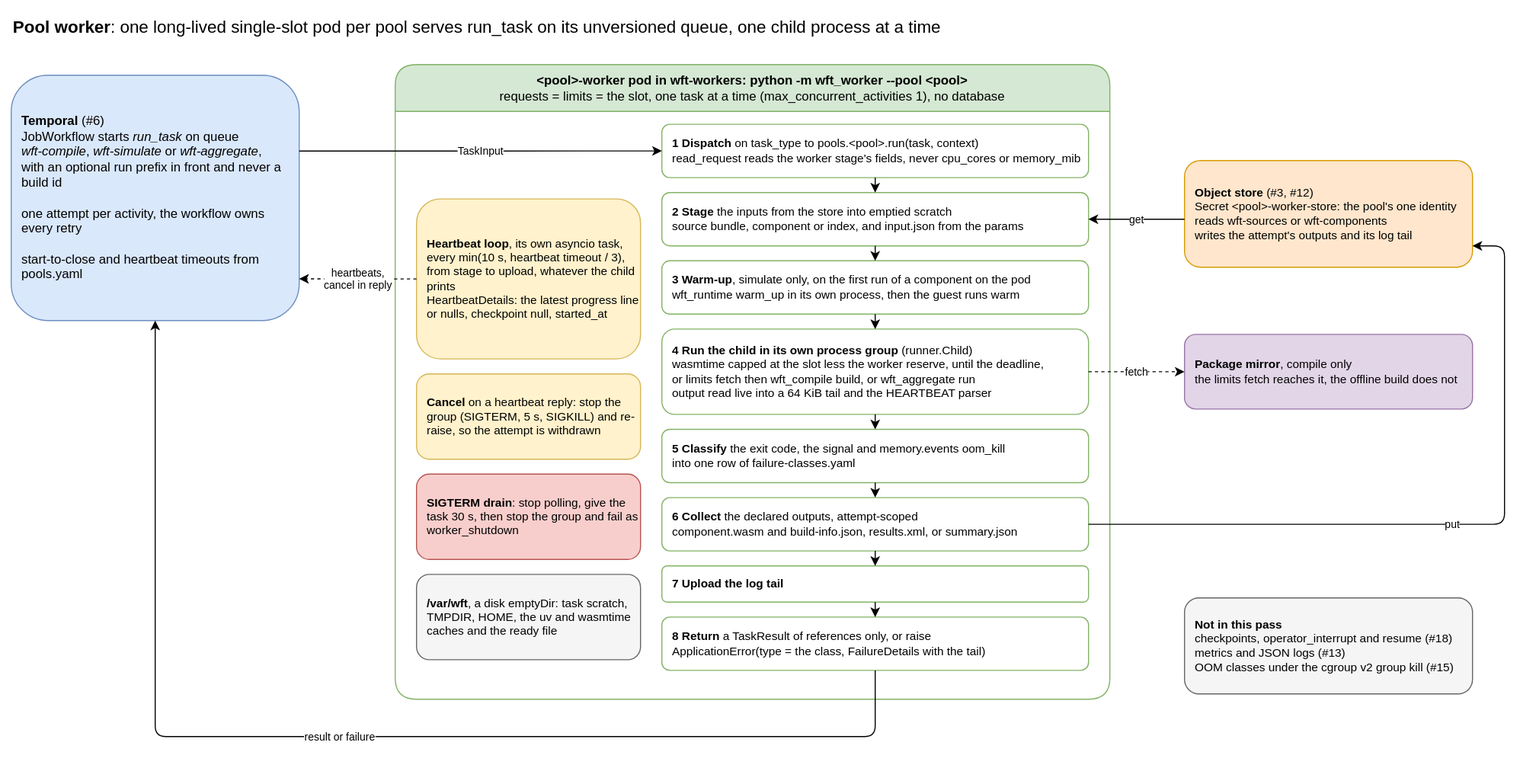
This is docs/architecture/18-pool-worker.drawio.svg from AndoNorth/disyard, a draw.io export, as it was before one commit. Source tidied: cells renumbered, new cells last; positions are measured from the earlier drawing's top-left corner, leaving out a move shared by most shapes.
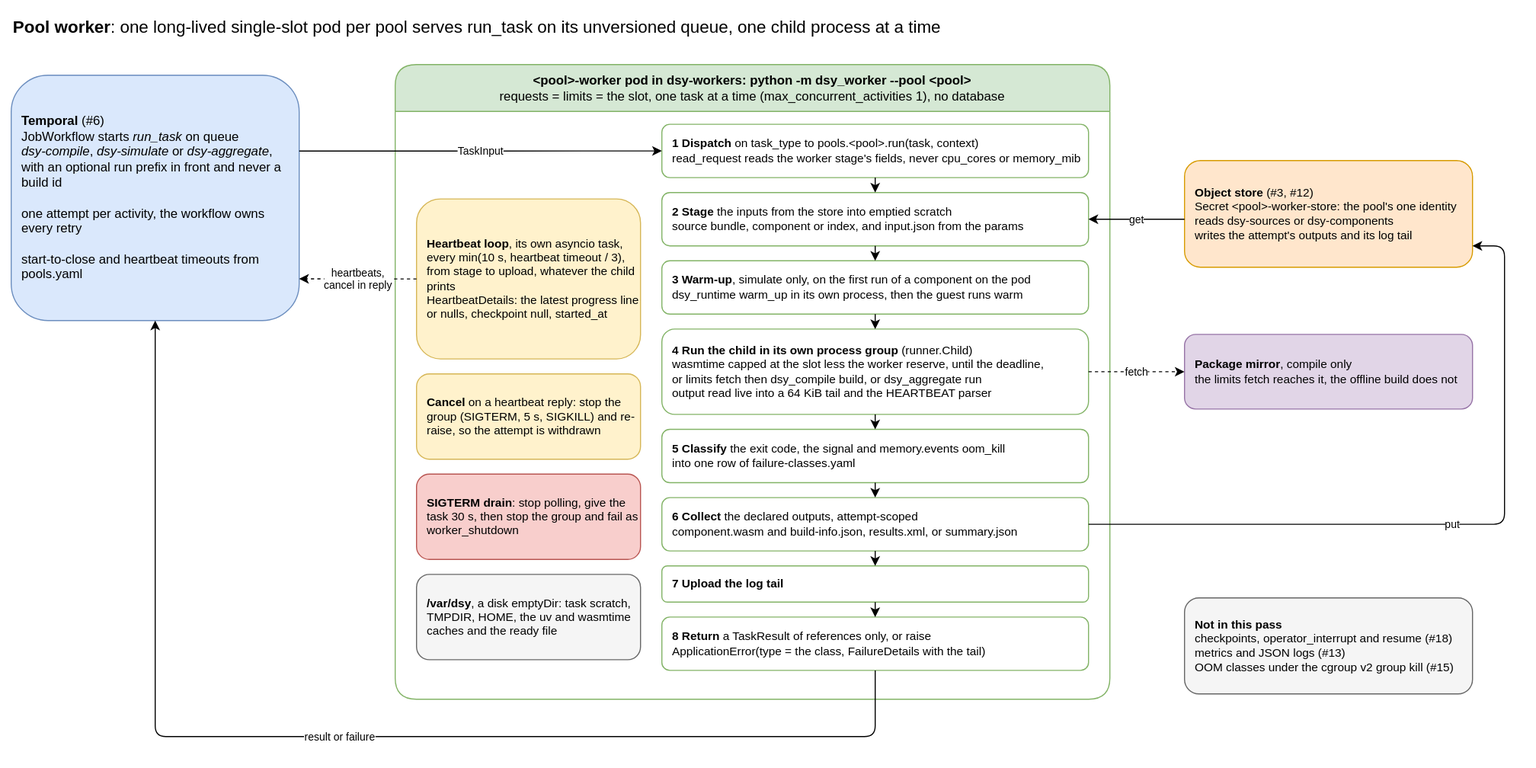
The same diagram one commit later.

Diff of the diagram source:
```diff
@@ -5,10 +5,10 @@
     <mxCell id="2" value="&lt;b&gt;Pool worker&lt;/b&gt;: one long-lived single-slot pod per pool serves run_task on its unversioned queue, one child process at a time" style="text;html=1;align=left;verticalAlign=middle;fontSize=16;" parent="1" vertex="1">
       <mxGeometry width="1200" height="30" as="geometry" />
     </mxCell>
-    <mxCell id="3" value="&lt;b&gt;Temporal&lt;/b&gt; (#6)&lt;br&gt;JobWorkflow starts &lt;i&gt;run_task&lt;/i&gt; on queue&lt;br&gt;&lt;i&gt;wft-compile&lt;/i&gt;, &lt;i&gt;wft-simulate&lt;/i&gt; or &lt;i&gt;wft-aggregate&lt;/i&gt;,&lt;br&gt;with an optional run prefix in front and never a build id&lt;br&gt;&lt;br&gt;one attempt per activity, the workflow owns every retry&lt;br&gt;&lt;br&gt;start-to-close and heartbeat timeouts from pools.yaml" style="rounded=1;whiteSpace=wrap;html=1;fillColor=#dae8fc;strokeColor=#6c8ebf;align=left;spacingLeft=8;fontSize=12;" parent="1" vertex="1">
+    <mxCell id="3" value="&lt;b&gt;Temporal&lt;/b&gt; (#6)&lt;br&gt;JobWorkflow starts &lt;i&gt;run_task&lt;/i&gt; on queue&lt;br&gt;&lt;i&gt;dsy-compile&lt;/i&gt;, &lt;i&gt;dsy-simulate&lt;/i&gt; or &lt;i&gt;dsy-aggregate&lt;/i&gt;,&lt;br&gt;with an optional run prefix in front and never a build id&lt;br&gt;&lt;br&gt;one attempt per activity, the workflow owns every retry&lt;br&gt;&lt;br&gt;start-to-close and heartbeat timeouts from pools.yaml" style="rounded=1;whiteSpace=wrap;html=1;fillColor=#dae8fc;strokeColor=#6c8ebf;align=left;spacingLeft=8;fontSize=12;" parent="1" vertex="1">
       <mxGeometry y="60" width="270" height="230" as="geometry" />
     </mxCell>
-    <mxCell id="4" value="&amp;lt;pool&amp;gt;-worker pod in wft-workers: python -m wft_worker --pool &amp;lt;pool&amp;gt;&lt;br&gt;&lt;span style=&quot;font-weight: normal&quot;&gt;requests = limits = the slot, one task at a time (max_concurrent_activities 1), no database&lt;/span&gt;" style="swimlane;startSize=44;rounded=1;fillColor=#d5e8d4;strokeColor=#82b366;fontStyle=1;whiteSpace=wrap;html=1;" parent="1" vertex="1">
+    <mxCell id="4" value="&amp;lt;pool&amp;gt;-worker pod in dsy-workers: python -m dsy_worker --pool &amp;lt;pool&amp;gt;&lt;br&gt;&lt;span style=&quot;font-weight: normal&quot;&gt;requests = limits = the slot, one task at a time (max_concurrent_activities 1), no database&lt;/span&gt;" style="swimlane;startSize=44;rounded=1;fillColor=#d5e8d4;strokeColor=#82b366;fontStyle=1;whiteSpace=wrap;html=1;" parent="1" vertex="1">
       <mxGeometry x="360" y="50" width="670" height="595" as="geometry" />
     </mxCell>
     <mxCell id="5" value="&lt;b&gt;1 Dispatch&lt;/b&gt; on task_type to pools.&amp;lt;pool&amp;gt;.run(task, context)&lt;br&gt;read_request reads the worker stage's fields, never cpu_cores or memory_mib" style="rounded=1;whiteSpace=wrap;html=1;fillColor=#ffffff;strokeColor=#82b366;align=left;spacingLeft=8;fontSize=11;" parent="4" vertex="1">
@@ -17,10 +17,10 @@
     <mxCell id="6" value="&lt;b&gt;2 Stage&lt;/b&gt; the inputs from the store into emptied scratch&lt;br&gt;source bundle, component or index, and input.json from the params" style="rounded=1;whiteSpace=wrap;html=1;fillColor=#ffffff;strokeColor=#82b366;align=left;spacingLeft=8;fontSize=11;" parent="4" vertex="1">
       <mxGeometry x="250" y="120" width="400" height="50" as="geometry" />
     </mxCell>
-    <mxCell id="7" value="&lt;b&gt;3 Warm-up&lt;/b&gt;, simulate only, on the first run of a component on the pod&lt;br&gt;wft_runtime warm_up in its own process, then the guest runs warm" style="rounded=1;whiteSpace=wrap;html=1;fillColor=#ffffff;strokeColor=#82b366;align=left;spacingLeft=8;fontSize=11;" parent="4" vertex="1">
+    <mxCell id="7" value="&lt;b&gt;3 Warm-up&lt;/b&gt;, simulate only, on the first run of a component on the pod&lt;br&gt;dsy_runtime warm_up in its own process, then the guest runs warm" style="rounded=1;whiteSpace=wrap;html=1;fillColor=#ffffff;strokeColor=#82b366;align=left;spacingLeft=8;fontSize=11;" parent="4" vertex="1">
       <mxGeometry x="250" y="184" width="400" height="50" as="geometry" />
     </mxCell>
-    <mxCell id="8" value="&lt;b&gt;4 Run the child in its own process group&lt;/b&gt; (runner.Child)&lt;br&gt;wasmtime capped at the slot less the worker reserve, until the deadline,&lt;br&gt;or limits fetch then wft_compile build, or wft_aggregate run&lt;br&gt;output read live into a 64 KiB tail and the HEARTBEAT parser" style="rounded=1;whiteSpace=wrap;html=1;fillColor=#ffffff;strokeColor=#82b366;align=left;spacingLeft=8;fontSize=11;" parent="4" vertex="1">
+    <mxCell id="8" value="&lt;b&gt;4 Run the child in its own process group&lt;/b&gt; (runner.Child)&lt;br&gt;wasmtime capped at the slot less the worker reserve, until the deadline,&lt;br&gt;or limits fetch then dsy_compile build, or dsy_aggregate run&lt;br&gt;output read live into a 64 KiB tail and the HEARTBEAT parser" style="rounded=1;whiteSpace=wrap;html=1;fillColor=#ffffff;strokeColor=#82b366;align=left;spacingLeft=8;fontSize=11;" parent="4" vertex="1">
       <mxGeometry x="250" y="248" width="400" height="80" as="geometry" />
     </mxCell>
     <mxCell id="9" value="&lt;b&gt;5 Classify&lt;/b&gt; the exit code, the signal and memory.events oom_kill&lt;br&gt;into one row of failure-classes.yaml" style="rounded=1;whiteSpace=wrap;html=1;fillColor=#ffffff;strokeColor=#82b366;align=left;spacingLeft=8;fontSize=11;" parent="4" vertex="1">
@@ -44,7 +44,7 @@
     <mxCell id="15" value="&lt;b&gt;SIGTERM drain&lt;/b&gt;: stop polling, give the task 30 s, then stop the group and fail as worker_shutdown" style="rounded=1;whiteSpace=wrap;html=1;fillColor=#f8cecc;strokeColor=#b85450;align=left;spacingLeft=8;fontSize=11;" parent="4" vertex="1">
       <mxGeometry x="20" y="384" width="210" height="80" as="geometry" />
     </mxCell>
-    <mxCell id="16" value="&lt;b&gt;/var/wft&lt;/b&gt;, a disk emptyDir: task scratch, TMPDIR, HOME, the uv and wasmtime caches and the ready file" style="rounded=1;whiteSpace=wrap;html=1;fillColor=#f5f5f5;strokeColor=#666666;align=left;spacingLeft=8;fontSize=11;" parent="4" vertex="1">
+    <mxCell id="16" value="&lt;b&gt;/var/dsy&lt;/b&gt;, a disk emptyDir: task scratch, TMPDIR, HOME, the uv and wasmtime caches and the ready file" style="rounded=1;whiteSpace=wrap;html=1;fillColor=#f5f5f5;strokeColor=#666666;align=left;spacingLeft=8;fontSize=11;" parent="4" vertex="1">
       <mxGeometry x="20" y="478" width="210" height="80" as="geometry" />
     </mxCell>
     <mxCell id="17" style="endArrow=classic;html=1;" parent="4" edge="1" source="5" target="6">
@@ -68,7 +68,7 @@
     <mxCell id="23" style="endArrow=classic;html=1;" parent="4" edge="1" source="11" target="12">
       <mxGeometry relative="1" as="geometry" />
     </mxCell>
-    <mxCell id="24" value="&lt;b&gt;Object store&lt;/b&gt; (#3, #12)&lt;br&gt;Secret &amp;lt;pool&amp;gt;-worker-store: the pool's one identity&lt;br&gt;reads wft-sources or wft-components&lt;br&gt;writes the attempt's outputs and its log tail" style="rounded=1;whiteSpace=wrap;html=1;fillColor=#ffe6cc;strokeColor=#d79b00;align=left;spacingLeft=8;fontSize=11;" parent="1" vertex="1">
+    <mxCell id="24" value="&lt;b&gt;Object store&lt;/b&gt; (#3, #12)&lt;br&gt;Secret &amp;lt;pool&amp;gt;-worker-store: the pool's one identity&lt;br&gt;reads dsy-sources or dsy-components&lt;br&gt;writes the attempt's outputs and its log tail" style="rounded=1;whiteSpace=wrap;html=1;fillColor=#ffe6cc;strokeColor=#d79b00;align=left;spacingLeft=8;fontSize=11;" parent="1" vertex="1">
       <mxGeometry x="1100" y="140" width="270" height="100" as="geometry" />
     </mxCell>
     <mxCell id="25" value="&lt;b&gt;Package mirror&lt;/b&gt;, compile only&lt;br&gt;the limits fetch reaches it, the offline build does not" style="rounded=1;whiteSpace=wrap;html=1;fillColor=#e1d5e7;strokeColor=#9673a6;align=left;spacingLeft=8;fontSize=11;" parent="1" vertex="1">
```
